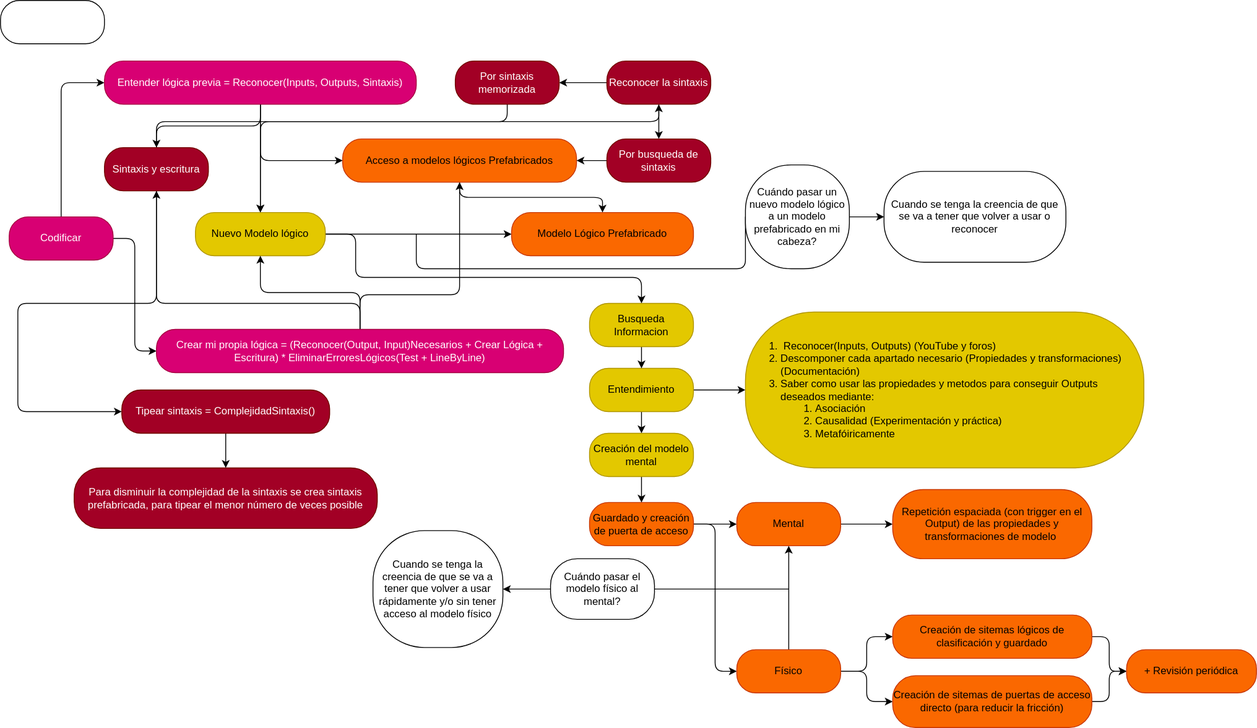
This is img/estudiar-codificar.svg from Yev94/yev.tech, a draw.io export, as it was before one commit. Source tidied: cells renumbered, new cells last; positions are measured from the earlier drawing's top-left corner, leaving out a move shared by most shapes.
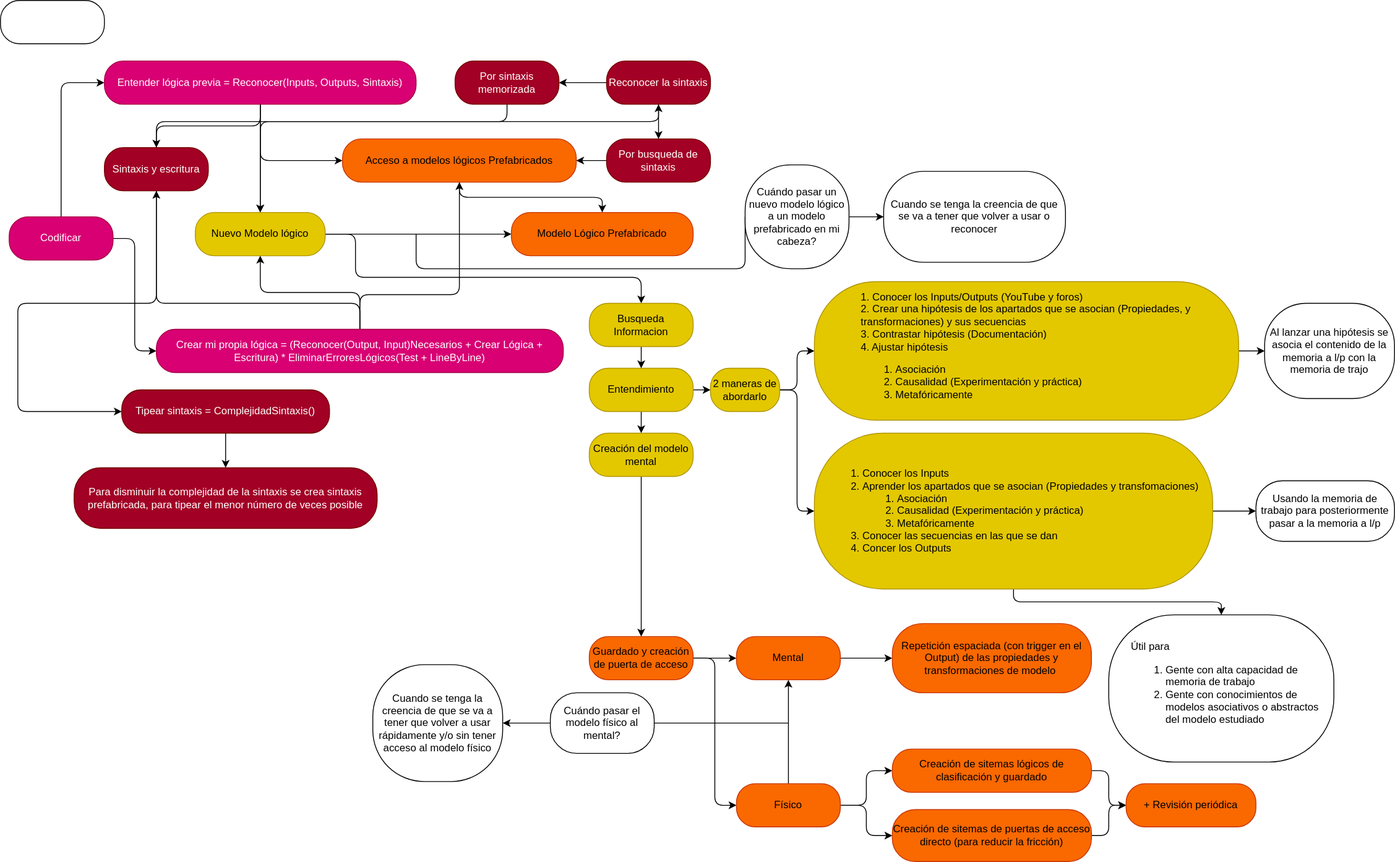
Later version of the same file.

What changed in the source:
```diff
@@ -71,7 +71,7 @@
     <mxCell id="17" value="Crear mi propia lógica = (Reconocer(Output, Input)Necesarios + Crear Lógica + Escritura) * EliminarErroresLógicos(Test + LineByLine)" style="rounded=1;whiteSpace=wrap;html=1;arcSize=44;fillColor=#d80073;strokeColor=#A50040;fontColor=#ffffff;" parent="1" vertex="1">
       <mxGeometry x="180" y="380" width="470" height="50" as="geometry" />
     </mxCell>
-    <mxCell id="18" style="edgeStyle=orthogonalEdgeStyle;html=1;entryX=0;entryY=0.5;entryDx=0;entryDy=0;endArrow=classic;endFill=1;" parent="1" edge="1" source="20" target="21">
+    <mxCell id="18" style="edgeStyle=orthogonalEdgeStyle;html=1;entryX=0;entryY=0.5;entryDx=0;entryDy=0;endArrow=classic;endFill=1;" parent="1" edge="1" source="20" target="68">
       <mxGeometry relative="1" as="geometry" />
     </mxCell>
     <mxCell id="19" style="edgeStyle=orthogonalEdgeStyle;html=1;endArrow=classic;endFill=1;" parent="1" edge="1" source="20" target="47">
@@ -80,8 +80,14 @@
     <mxCell id="20" value="Entendimiento" style="rounded=1;whiteSpace=wrap;html=1;arcSize=44;fillColor=#e3c800;strokeColor=#B09500;fontColor=#000000;" parent="1" vertex="1">
       <mxGeometry x="680" y="425" width="120" height="50" as="geometry" />
     </mxCell>
+    <mxCell id="64" style="edgeStyle=orthogonalEdgeStyle;html=1;" parent="1" edge="1" source="21" target="73">
+      <mxGeometry relative="1" as="geometry" />
+    </mxCell>
+    <mxCell id="65" style="edgeStyle=orthogonalEdgeStyle;html=1;" parent="1" edge="1" source="21" target="72">
+      <mxGeometry relative="1" as="geometry" />
+    </mxCell>
-    <mxCell id="21" value="&lt;div style=&quot;text-align: left&quot;&gt;&lt;ol&gt;&lt;li&gt;&lt;span&gt;&amp;nbsp;Reconocer(Inputs, Outputs) (YouTube y foros)&lt;/span&gt;&lt;/li&gt;&lt;li&gt;&lt;span&gt;Descomponer cada apartado necesario (Propiedades y transformaciones) (Documentación)&lt;/span&gt;&lt;/li&gt;&lt;li&gt;&lt;span&gt;Saber como usar las propiedades y metodos para conseguir Outputs deseados mediante:&lt;/span&gt;&lt;/li&gt;&lt;ol&gt;&lt;li&gt;&lt;span&gt;Asociación&lt;/span&gt;&lt;/li&gt;&lt;li&gt;&lt;span&gt;Causalidad (Experimentación y práctica)&lt;/span&gt;&lt;/li&gt;&lt;li&gt;&lt;span&gt;Metafóiricamente&lt;/span&gt;&lt;/li&gt;&lt;/ol&gt;&lt;/ol&gt;&lt;/div&gt;" style="rounded=1;whiteSpace=wrap;html=1;arcSize=44;fillColor=#e3c800;strokeColor=#B09500;fontColor=#000000;" parent="1" vertex="1">
-      <mxGeometry x="860" y="360" width="460" height="180" as="geometry" />
+    <mxCell id="21" value="&lt;div style=&quot;text-align: left&quot;&gt;&lt;ol&gt;&lt;li&gt;Conocer los Inputs&lt;/li&gt;&lt;li&gt;Aprender los apartados que se asocian (Propiedades y transfomaciones)&lt;/li&gt;&lt;ol&gt;&lt;li&gt;Asociación&lt;/li&gt;&lt;li&gt;Causalidad (Experimentación y práctica)&lt;/li&gt;&lt;li&gt;Metafóricamente&lt;/li&gt;&lt;/ol&gt;&lt;li&gt;Conocer las secuencias en las que se dan&lt;/li&gt;&lt;li&gt;Concer los Outputs&lt;/li&gt;&lt;/ol&gt;&lt;/div&gt;" style="rounded=1;whiteSpace=wrap;html=1;arcSize=44;fillColor=#e3c800;strokeColor=#B09500;fontColor=#000000;" parent="1" vertex="1">
+      <mxGeometry x="940" y="500" width="460" height="180" as="geometry" />
     </mxCell>
     <mxCell id="22" style="edgeStyle=orthogonalEdgeStyle;html=1;entryX=0;entryY=0.5;entryDx=0;entryDy=0;endArrow=classic;endFill=1;" parent="1" edge="1" source="24" target="25">
       <mxGeometry relative="1" as="geometry" />
@@ -105,7 +111,7 @@
       <mxGeometry relative="1" as="geometry" />
     </mxCell>
     <mxCell id="27" value="Repetición espaciada (con trigger en el Output)&amp;nbsp;de las propiedades y transformaciones de modelo&amp;nbsp;" style="rounded=1;whiteSpace=wrap;html=1;arcSize=44;fillColor=#fa6800;strokeColor=#C73500;fontColor=#000000;" parent="1" vertex="1">
-      <mxGeometry x="1030" y="565" width="230" height="80" as="geometry" />
+      <mxGeometry x="1030" y="720" width="230" height="80" as="geometry" />
     </mxCell>
     <mxCell id="28" value="Modelo Lógico Prefabricado" style="rounded=1;whiteSpace=wrap;html=1;arcSize=44;fillColor=#fa6800;strokeColor=#C73500;fontColor=#000000;" parent="1" vertex="1">
       <mxGeometry x="590" y="245" width="210" height="50" as="geometry" />
@@ -187,10 +193,10 @@
       <mxGeometry relative="1" as="geometry" />
     </mxCell>
     <mxCell id="49" value="Guardado y creación de puerta de acceso" style="rounded=1;whiteSpace=wrap;html=1;arcSize=44;fillColor=#fa6800;strokeColor=#C73500;fontColor=#000000;" parent="1" vertex="1">
-      <mxGeometry x="680" y="580" width="120" height="50" as="geometry" />
+      <mxGeometry x="680" y="735" width="120" height="50" as="geometry" />
     </mxCell>
     <mxCell id="50" value="Mental" style="rounded=1;whiteSpace=wrap;html=1;arcSize=44;fillColor=#fa6800;strokeColor=#C73500;fontColor=#000000;" parent="1" vertex="1">
-      <mxGeometry x="850" y="580" width="120" height="50" as="geometry" />
+      <mxGeometry x="850" y="735" width="120" height="50" as="geometry" />
     </mxCell>
     <mxCell id="51" style="edgeStyle=orthogonalEdgeStyle;html=1;endArrow=classic;endFill=1;" parent="1" edge="1" source="54" target="50">
       <mxGeometry relative="1" as="geometry" />
@@ -202,36 +208,66 @@
       <mxGeometry relative="1" as="geometry" />
     </mxCell>
     <mxCell id="54" value="Físico" style="rounded=1;whiteSpace=wrap;html=1;arcSize=44;fillColor=#fa6800;strokeColor=#C73500;fontColor=#000000;" parent="1" vertex="1">
-      <mxGeometry x="850" y="750" width="120" height="50" as="geometry" />
+      <mxGeometry x="850" y="905" width="120" height="50" as="geometry" />
     </mxCell>
     <mxCell id="55" style="edgeStyle=orthogonalEdgeStyle;html=1;entryX=0;entryY=0.5;entryDx=0;entryDy=0;endArrow=classic;endFill=1;" parent="1" edge="1" source="56" target="59">
       <mxGeometry relative="1" as="geometry" />
     </mxCell>
     <mxCell id="56" value="Creación de sitemas lógicos de clasificación y guardado" style="rounded=1;whiteSpace=wrap;html=1;arcSize=44;fillColor=#fa6800;strokeColor=#C73500;fontColor=#000000;" parent="1" vertex="1">
-      <mxGeometry x="1030" y="710" width="230" height="50" as="geometry" />
+      <mxGeometry x="1030" y="865" width="230" height="50" as="geometry" />
     </mxCell>
     <mxCell id="57" style="edgeStyle=orthogonalEdgeStyle;html=1;entryX=0;entryY=0.5;entryDx=0;entryDy=0;endArrow=classic;endFill=1;" parent="1" edge="1" source="58" target="59">
       <mxGeometry relative="1" as="geometry" />
     </mxCell>
     <mxCell id="58" value="Creación de sitemas de puertas de acceso directo (para reducir la fricción)" style="rounded=1;whiteSpace=wrap;html=1;arcSize=44;fillColor=#fa6800;strokeColor=#C73500;fontColor=#000000;" parent="1" vertex="1">
-      <mxGeometry x="1030" y="780" width="230" height="60" as="geometry" />
+      <mxGeometry x="1030" y="935" width="230" height="60" as="geometry" />
     </mxCell>
     <mxCell id="59" value="+ Revisión periódica" style="rounded=1;whiteSpace=wrap;html=1;arcSize=44;fillColor=#fa6800;strokeColor=#C73500;fontColor=#000000;" parent="1" vertex="1">
-      <mxGeometry x="1300" y="750" width="150" height="50" as="geometry" />
+      <mxGeometry x="1300" y="905" width="150" height="50" as="geometry" />
     </mxCell>
     <mxCell id="60" style="edgeStyle=orthogonalEdgeStyle;html=1;endArrow=none;endFill=0;" parent="1" edge="1" source="62">
       <mxGeometry relative="1" as="geometry">
-        <mxPoint x="910" y="680" as="targetPoint" />
+        <mxPoint x="910" y="835" as="targetPoint" />
       </mxGeometry>
     </mxCell>
     <mxCell id="61" style="edgeStyle=orthogonalEdgeStyle;html=1;entryX=1;entryY=0.5;entryDx=0;entryDy=0;" parent="1" edge="1" source="62" target="63">
       <mxGeometry relative="1" as="geometry" />
     </mxCell>
     <mxCell id="62" value="Cuándo pasar el modelo físico al mental?" style="rounded=1;whiteSpace=wrap;html=1;arcSize=44;" parent="1" vertex="1">
-      <mxGeometry x="635" y="645" width="120" height="70" as="geometry" />
+      <mxGeometry x="635" y="800" width="120" height="70" as="geometry" />
     </mxCell>
     <mxCell id="63" value="Cuando se tenga la creencia de que se va a tener que volver a usar rápidamente y/o sin tener acceso al modelo físico" style="rounded=1;whiteSpace=wrap;html=1;arcSize=44;" parent="1" vertex="1">
-      <mxGeometry x="430" y="612.5" width="150" height="135" as="geometry" />
+      <mxGeometry x="430" y="767.5" width="150" height="135" as="geometry" />
     </mxCell>
+    <mxCell id="66" style="edgeStyle=orthogonalEdgeStyle;html=1;entryX=0;entryY=0.5;entryDx=0;entryDy=0;" parent="1" edge="1" source="68" target="70">
+      <mxGeometry relative="1" as="geometry" />
+    </mxCell>
+    <mxCell id="67" style="edgeStyle=orthogonalEdgeStyle;html=1;entryX=0;entryY=0.5;entryDx=0;entryDy=0;" parent="1" edge="1" target="21">
+      <mxGeometry relative="1" as="geometry">
+        <mxPoint x="900" y="450" as="sourcePoint" />
+        <Array as="points">
+          <mxPoint x="920" y="450" />
+          <mxPoint x="920" y="590" />
+        </Array>
+      </mxGeometry>
+    </mxCell>
+    <mxCell id="68" value="2 maneras de abordarlo" style="rounded=1;whiteSpace=wrap;html=1;arcSize=44;fillColor=#e3c800;strokeColor=#B09500;fontColor=#000000;" parent="1" vertex="1">
+      <mxGeometry x="820" y="425" width="80" height="50" as="geometry" />
+    </mxCell>
+    <mxCell id="69" style="edgeStyle=orthogonalEdgeStyle;html=1;entryX=0;entryY=0.5;entryDx=0;entryDy=0;" parent="1" edge="1" source="70" target="71">
+      <mxGeometry relative="1" as="geometry" />
+    </mxCell>
+    <mxCell id="70" value="1. Conocer los Inputs/Outputs (YouTube y foros)&lt;br&gt;2. Crear una hipótesis de los apartados que se asocian (Propiedades, y transformaciones) y sus secuencias&lt;br&gt;3. Contrastar hipótesis (Documentación)&lt;br&gt;&lt;div&gt;&lt;span&gt;4. Ajustar hipótesis&lt;/span&gt;&lt;/div&gt;&lt;div&gt;&lt;ol&gt;&lt;li&gt;Asociación&lt;/li&gt;&lt;li&gt;Causalidad (Experimentación y práctica)&lt;/li&gt;&lt;li&gt;Metafóricamente&lt;/li&gt;&lt;/ol&gt;&lt;/div&gt;" style="rounded=1;whiteSpace=wrap;html=1;arcSize=44;fillColor=#e3c800;strokeColor=#B09500;fontColor=#000000;align=left;spacingLeft=52;fontStyle=0;" parent="1" vertex="1">
+      <mxGeometry x="940" y="325" width="490" height="160" as="geometry" />
+    </mxCell>
+    <mxCell id="71" value="Al lanzar una hipótesis se asocia el contenido de la memoria a l/p con la memoria de trajo" style="rounded=1;whiteSpace=wrap;html=1;arcSize=44;" parent="1" vertex="1">
+      <mxGeometry x="1460" y="350" width="150" height="110" as="geometry" />
+    </mxCell>
+    <mxCell id="72" value="Usando la memoria de trabajo para posteriormente pasar a la memoria a l/p" style="rounded=1;whiteSpace=wrap;html=1;arcSize=44;" parent="1" vertex="1">
+      <mxGeometry x="1450" y="555" width="160" height="70" as="geometry" />
+    </mxCell>
+    <mxCell id="73" value="Útil para &lt;br&gt;&lt;ol&gt;&lt;li&gt;Gente con alta capacidad de memoria de trabajo&lt;/li&gt;&lt;li&gt;Gente con conocimientos de modelos asociativos o abstractos del modelo estudiado&lt;/li&gt;&lt;/ol&gt;" style="rounded=1;whiteSpace=wrap;html=1;arcSize=44;align=left;spacingLeft=24;" parent="1" vertex="1">
+      <mxGeometry x="1280" y="710" width="260" height="170" as="geometry" />
+    </mxCell>
   </root>
 </mxGraphModel>
```
